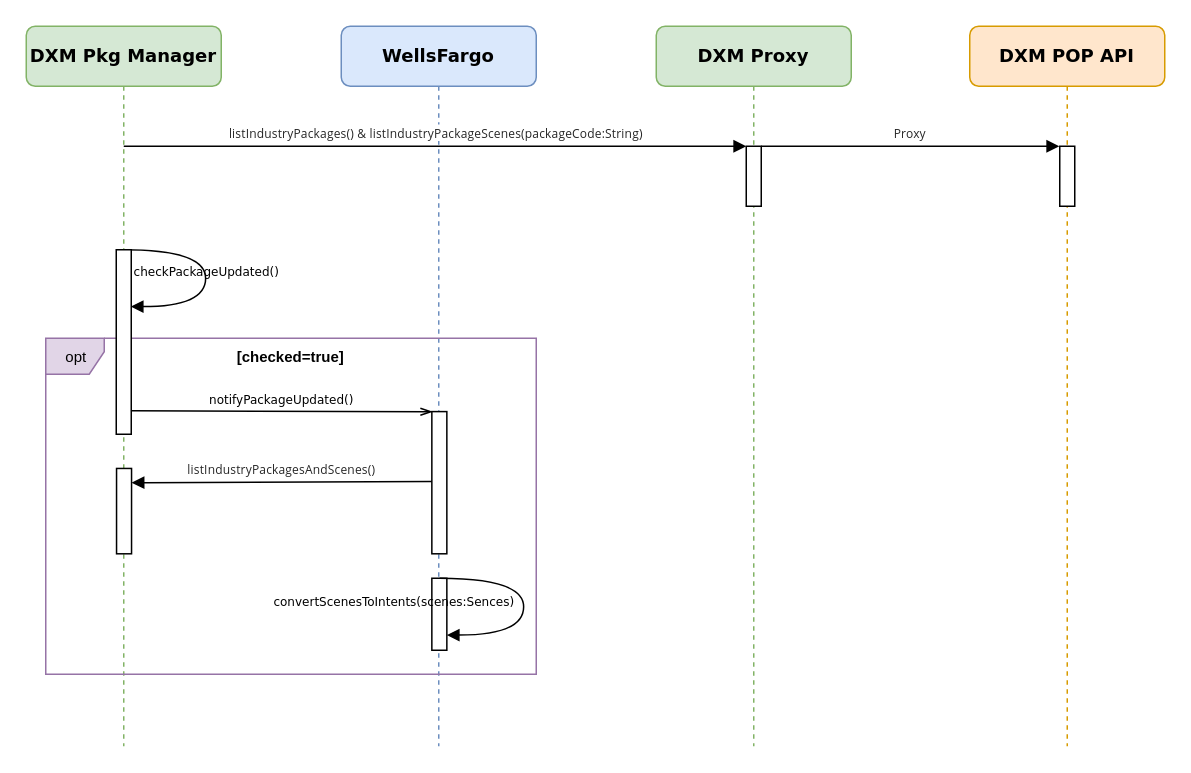
Earlier version of the draw.io diagram leyan/dxm/Sequence Diagram 1.drawio (GeekKwok/UML). Source tidied: cells renumbered, new cells numbered last; positions are measured from the earlier drawing's top-left corner, leaving out a move shared by most shapes. Both pictures are drawn from the tidied source at 150%, with x=0, y=0 at pixel (26, 26).
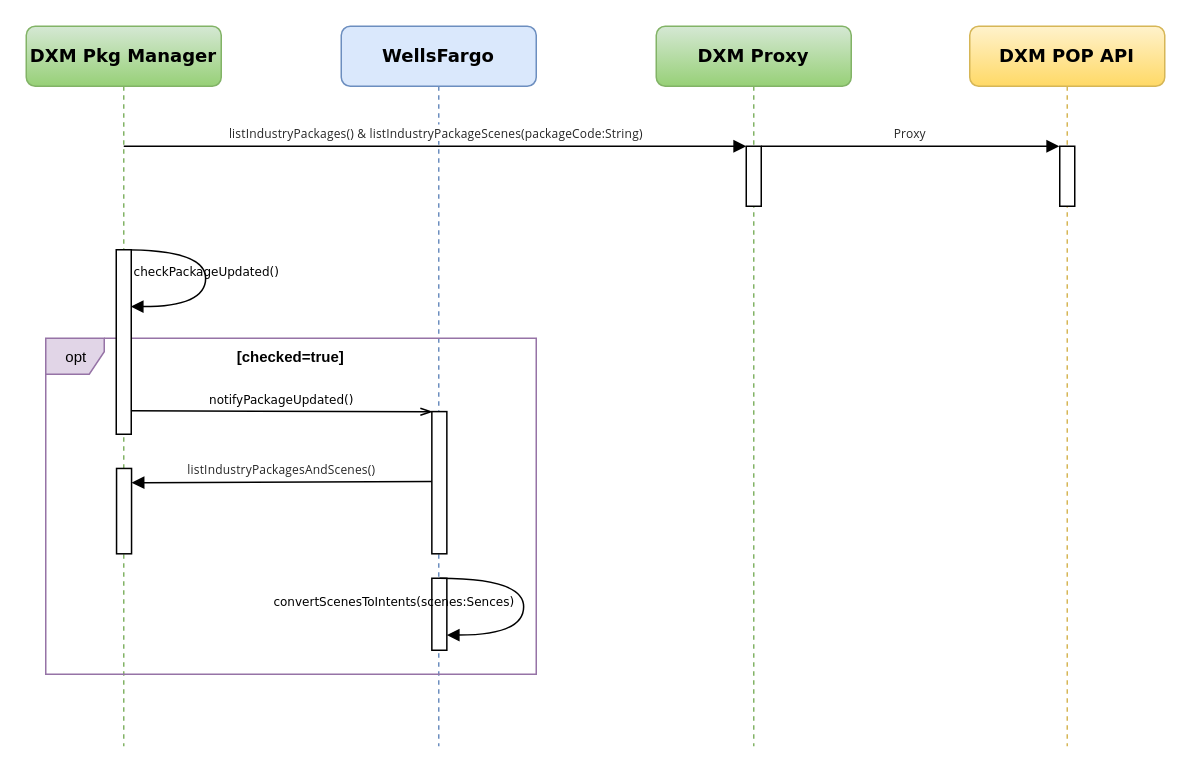
Above is the later version.

Change to the diagram source:
```diff
@@
-    <mxCell id="2" value="&lt;b&gt;DXM Pkg Manager&lt;/b&gt;" style="shape=umlLifeline;perimeter=lifelinePerimeter;whiteSpace=wrap;html=1;rounded=1;shadow=0;comic=0;labelBackgroundColor=none;strokeWidth=1;fontFamily=Verdana;fontSize=12;align=center;fillColor=#d5e8d4;strokeColor=#82b366;" parent="1" vertex="1">
+    <mxCell id="2" value="&lt;b&gt;DXM Pkg Manager&lt;/b&gt;" style="shape=umlLifeline;perimeter=lifelinePerimeter;whiteSpace=wrap;html=1;rounded=1;shadow=0;comic=0;labelBackgroundColor=none;strokeWidth=1;fontFamily=Verdana;fontSize=12;align=center;fillColor=#d5e8d4;strokeColor=#82b366;gradientColor=#97d077;" parent="1" vertex="1">
       <mxGeometry width="130" height="480" as="geometry" />
     </mxCell>
@@
-    <mxCell id="11" value="&lt;b&gt;DXM Proxy&lt;/b&gt;" style="shape=umlLifeline;perimeter=lifelinePerimeter;whiteSpace=wrap;html=1;rounded=1;shadow=0;comic=0;labelBackgroundColor=none;strokeWidth=1;fontFamily=Verdana;fontSize=12;align=center;fillColor=#d5e8d4;strokeColor=#82b366;" parent="1" vertex="1">
+    <mxCell id="11" value="&lt;b&gt;DXM Proxy&lt;/b&gt;" style="shape=umlLifeline;perimeter=lifelinePerimeter;whiteSpace=wrap;html=1;rounded=1;shadow=0;comic=0;labelBackgroundColor=none;strokeWidth=1;fontFamily=Verdana;fontSize=12;align=center;fillColor=#d5e8d4;strokeColor=#82b366;gradientColor=#97d077;" parent="1" vertex="1">
       <mxGeometry x="420" width="130" height="480" as="geometry" />
     </mxCell>
@@
-    <mxCell id="17" value="&lt;b&gt;DXM POP API&lt;/b&gt;" style="shape=umlLifeline;perimeter=lifelinePerimeter;whiteSpace=wrap;html=1;rounded=1;shadow=0;comic=0;labelBackgroundColor=none;strokeWidth=1;fontFamily=Verdana;fontSize=12;align=center;fillColor=#ffe6cc;strokeColor=#d79b00;" parent="1" vertex="1">
+    <mxCell id="17" value="&lt;b&gt;DXM POP API&lt;/b&gt;" style="shape=umlLifeline;perimeter=lifelinePerimeter;whiteSpace=wrap;html=1;rounded=1;shadow=0;comic=0;labelBackgroundColor=none;strokeWidth=1;fontFamily=Verdana;fontSize=12;align=center;fillColor=#fff2cc;strokeColor=#d6b656;gradientColor=#ffd966;" parent="1" vertex="1">
       <mxGeometry x="629" width="130" height="480" as="geometry" />
     </mxCell>
```
